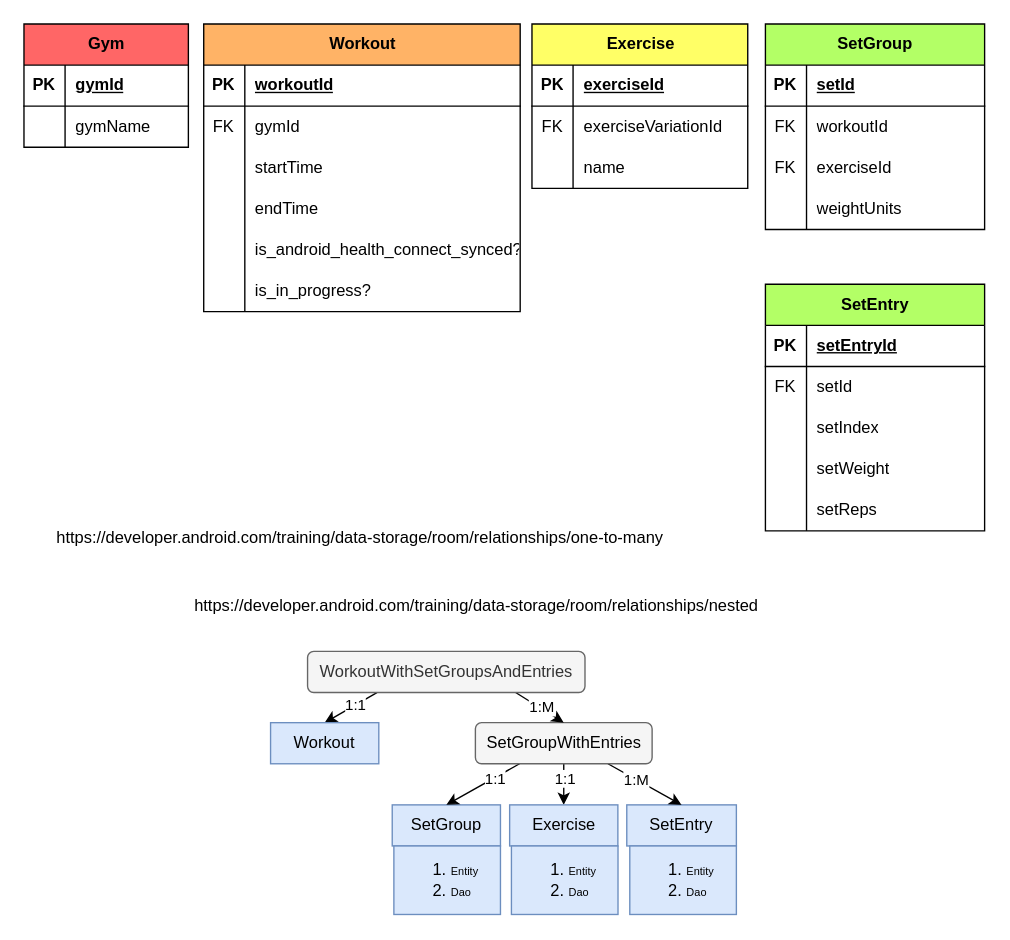
Before: docs/data_structure.drawio in H-unter/Fitness-Application, a draw.io diagram. Source tidied: cells renumbered, new cells numbered last; positions are measured from the earlier drawing's top-left corner, leaving out a move shared by most shapes. Both pictures are drawn from the tidied source at 137%, with x=0, y=0 at pixel (23, 23).
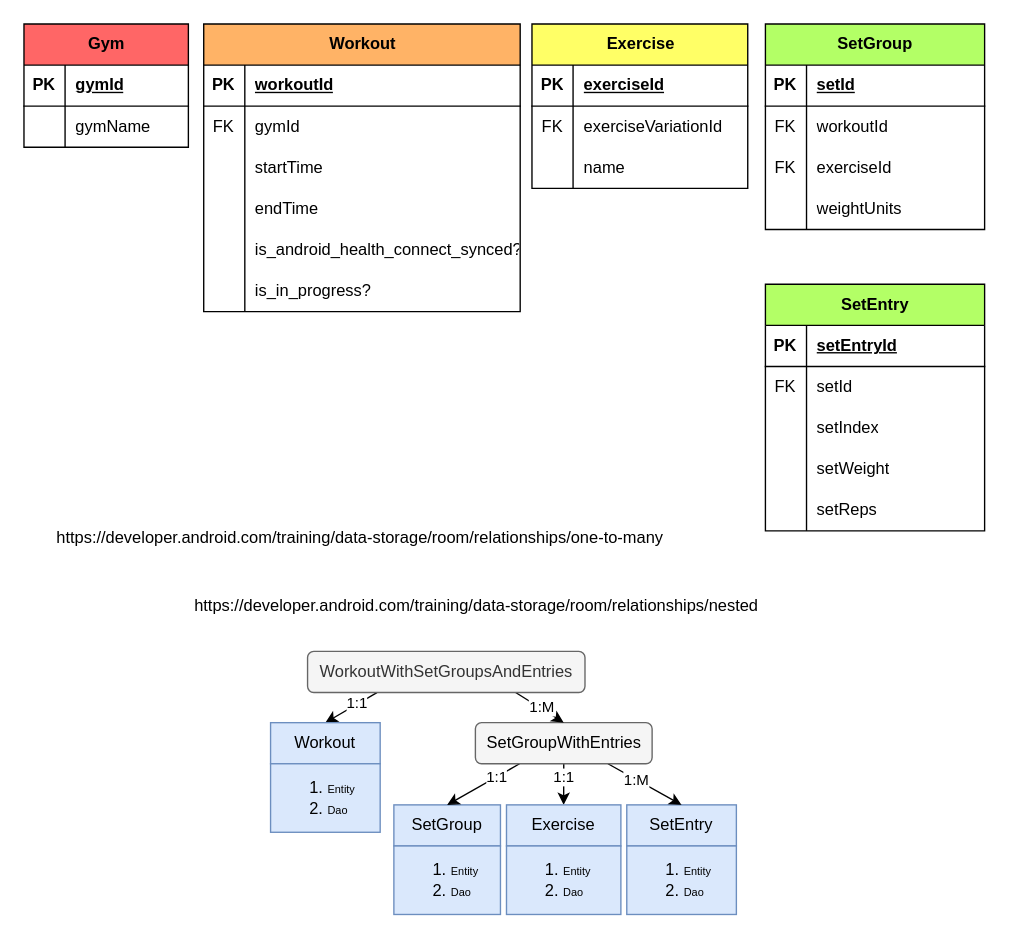
Above is the later version.

Change to the diagram source:
```diff
@@
     <mxCell id="67" value="&lt;span style=&quot;color: rgb(0, 0, 0); text-wrap-mode: nowrap;&quot;&gt;SetGroup&lt;/span&gt;" style="whiteSpace=wrap;html=1;fillColor=#dae8fc;strokeColor=#6c8ebf;" parent="1" vertex="1">
-      <mxGeometry x="268.8" y="570" width="79" height="30" as="geometry" />
+      <mxGeometry x="270" y="570" width="77.8" height="30" as="geometry" />
     </mxCell>
@@
     <mxCell id="83" value="&lt;span style=&quot;color: rgb(0, 0, 0); text-wrap-mode: nowrap;&quot;&gt;Workout&lt;/span&gt;" style="whiteSpace=wrap;html=1;fillColor=#dae8fc;strokeColor=#6c8ebf;" parent="1" vertex="1">
-      <mxGeometry x="180" y="510" width="79" height="30" as="geometry" />
+      <mxGeometry x="180" y="510" width="80" height="30" as="geometry" />
     </mxCell>
@@
     <mxCell id="85" value="&lt;span style=&quot;color: rgb(0, 0, 0); text-wrap-mode: nowrap;&quot;&gt;Exercise&lt;/span&gt;" style="whiteSpace=wrap;html=1;fillColor=#dae8fc;strokeColor=#6c8ebf;" parent="1" vertex="1">
-      <mxGeometry x="354.5" y="570" width="79" height="30" as="geometry" />
+      <mxGeometry x="352.2" y="570" width="83.5" height="30" as="geometry" />
     </mxCell>
@@
     <mxCell id="87" value="&lt;ol&gt;&lt;li&gt;&lt;span style=&quot;background-color: transparent; font-size: 8px; text-wrap-mode: nowrap;&quot;&gt;Entity&lt;/span&gt;&lt;/li&gt;&lt;li&gt;&lt;span style=&quot;background-color: transparent; font-size: 8px; text-wrap-mode: nowrap;&quot;&gt;Dao&lt;/span&gt;&lt;/li&gt;&lt;/ol&gt;" style="whiteSpace=wrap;html=1;fillColor=#dae8fc;strokeColor=#6c8ebf;align=left;" parent="1" vertex="1">
-      <mxGeometry x="355.8" y="600" width="77.8" height="50" as="geometry" />
+      <mxGeometry x="352.2" y="600" width="83.5" height="50" as="geometry" />
     </mxCell>
     <mxCell id="88" value="&lt;ol&gt;&lt;li&gt;&lt;span style=&quot;background-color: transparent; font-size: 8px; text-wrap-mode: nowrap;&quot;&gt;Entity&lt;/span&gt;&lt;/li&gt;&lt;li&gt;&lt;span style=&quot;background-color: transparent; font-size: 8px; text-wrap-mode: nowrap;&quot;&gt;Dao&lt;/span&gt;&lt;/li&gt;&lt;/ol&gt;" style="whiteSpace=wrap;html=1;fillColor=#dae8fc;strokeColor=#6c8ebf;align=left;" parent="1" vertex="1">
-      <mxGeometry x="442.2" y="600" width="77.8" height="50" as="geometry" />
+      <mxGeometry x="440" y="600" width="80" height="50" as="geometry" />
     </mxCell>
+    <mxCell id="89" value="&lt;ol&gt;&lt;li&gt;&lt;span style=&quot;background-color: transparent; font-size: 8px; text-wrap-mode: nowrap;&quot;&gt;Entity&lt;/span&gt;&lt;/li&gt;&lt;li&gt;&lt;span style=&quot;background-color: transparent; font-size: 8px; text-wrap-mode: nowrap;&quot;&gt;Dao&lt;/span&gt;&lt;/li&gt;&lt;/ol&gt;" style="whiteSpace=wrap;html=1;fillColor=#dae8fc;strokeColor=#6c8ebf;align=left;" parent="1" vertex="1">
+      <mxGeometry x="180" y="540" width="80" height="50" as="geometry" />
+    </mxCell>
```
